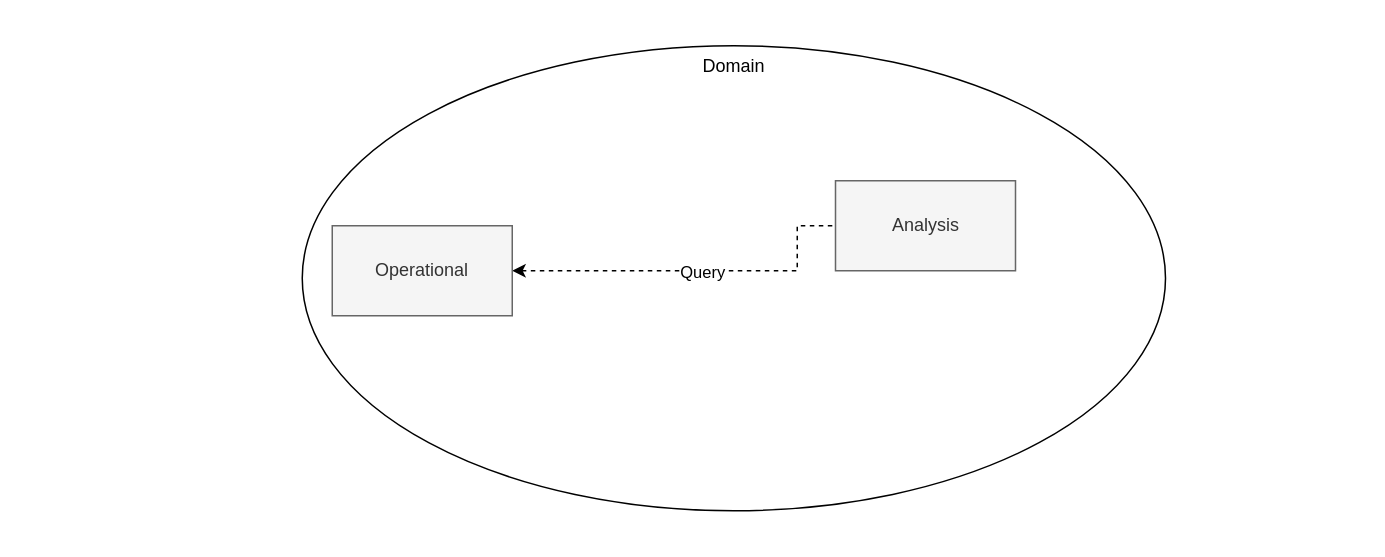
This is diagrams/domainteamjourney_level1.drawio from datamesh-architecture/datamesh-architecture.com, a draw.io file, before an edit. Source tidied: cells renumbered, new cells numbered last; positions are measured from the earlier drawing's top-left corner, leaving out a move shared by most shapes. Both pictures are drawn from the tidied source at 150%, with x=0, y=0 at pixel (26, 26).
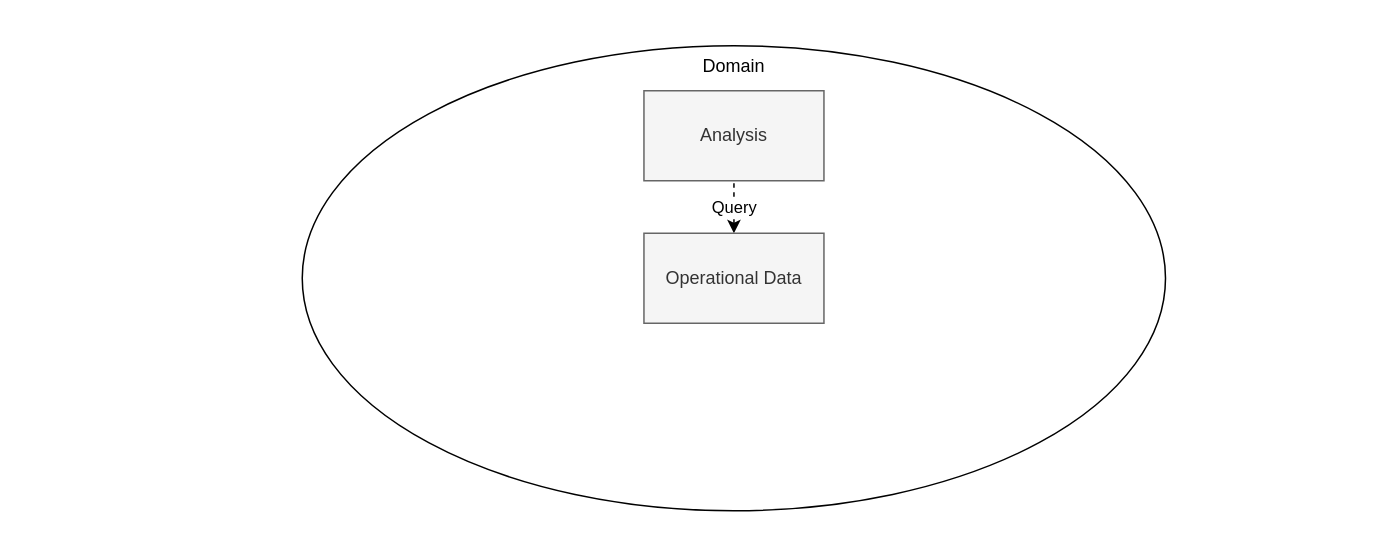
After the change.

What changed in the source:
```diff
@@
 <mxGraphModel>
   <root>
     <mxCell id="0" />
     <mxCell id="1" parent="0" />
+    <mxCell id="7" style="rounded=0;whiteSpace=wrap;html=1;fillColor=none;strokeColor=none;" parent="1" vertex="1">
+      <mxGeometry width="889" height="337" as="geometry" />
+    </mxCell>
     <mxCell id="2" value="Domain" style="ellipse;whiteSpace=wrap;html=1;verticalAlign=top;" parent="1" vertex="1">
       <mxGeometry x="184" y="13" width="575.5" height="310" as="geometry" />
     </mxCell>
     <mxCell id="3" value="Analysis" style="rounded=0;whiteSpace=wrap;html=1;fillColor=#f5f5f5;fontColor=#333333;strokeColor=#666666;" parent="1" vertex="1">
-      <mxGeometry x="539.5" y="103" width="120" height="60" as="geometry" />
+      <mxGeometry x="411.8" y="43" width="120" height="60" as="geometry" />
     </mxCell>
-    <mxCell id="4" style="edgeStyle=orthogonalEdgeStyle;rounded=0;jettySize=auto;html=1;startArrow=classic;startFill=1;endArrow=none;endFill=0;dashed=1;" parent="1" edge="1" source="6" target="3">
+    <mxCell id="4" style="edgeStyle=orthogonalEdgeStyle;rounded=0;jettySize=auto;html=1;startArrow=classic;startFill=1;endArrow=none;endFill=0;dashed=1;exitX=0.5;exitY=0;exitDx=0;exitDy=0;" parent="1" edge="1" source="6" target="3">
       <mxGeometry relative="1" as="geometry">
         <Array as="points">
-          <mxPoint x="514" y="163" />
-          <mxPoint x="514" y="133" />
+          <mxPoint x="472" y="138" />
+          <mxPoint x="472" y="138" />
         </Array>
       </mxGeometry>
     </mxCell>
     <mxCell id="5" value="Query" style="edgeLabel;html=1;align=center;verticalAlign=middle;" parent="4" vertex="1">
       <mxGeometry x="0.03" relative="1" as="geometry" />
     </mxCell>
-    <mxCell id="6" value="Operational" style="rounded=0;whiteSpace=wrap;html=1;fillColor=#f5f5f5;fontColor=#333333;strokeColor=#666666;" parent="1" vertex="1">
-      <mxGeometry x="204" y="133" width="120" height="60" as="geometry" />
+    <mxCell id="6" value="Operational Data" style="rounded=0;whiteSpace=wrap;html=1;fillColor=#f5f5f5;fontColor=#333333;strokeColor=#666666;" parent="1" vertex="1">
+      <mxGeometry x="411.8" y="138" width="120" height="60" as="geometry" />
     </mxCell>
-    <mxCell id="7" style="rounded=0;whiteSpace=wrap;html=1;fillColor=none;strokeColor=none;" parent="1" vertex="1">
-      <mxGeometry width="889" height="337" as="geometry" />
-    </mxCell>
   </root>
 </mxGraphModel>
```
